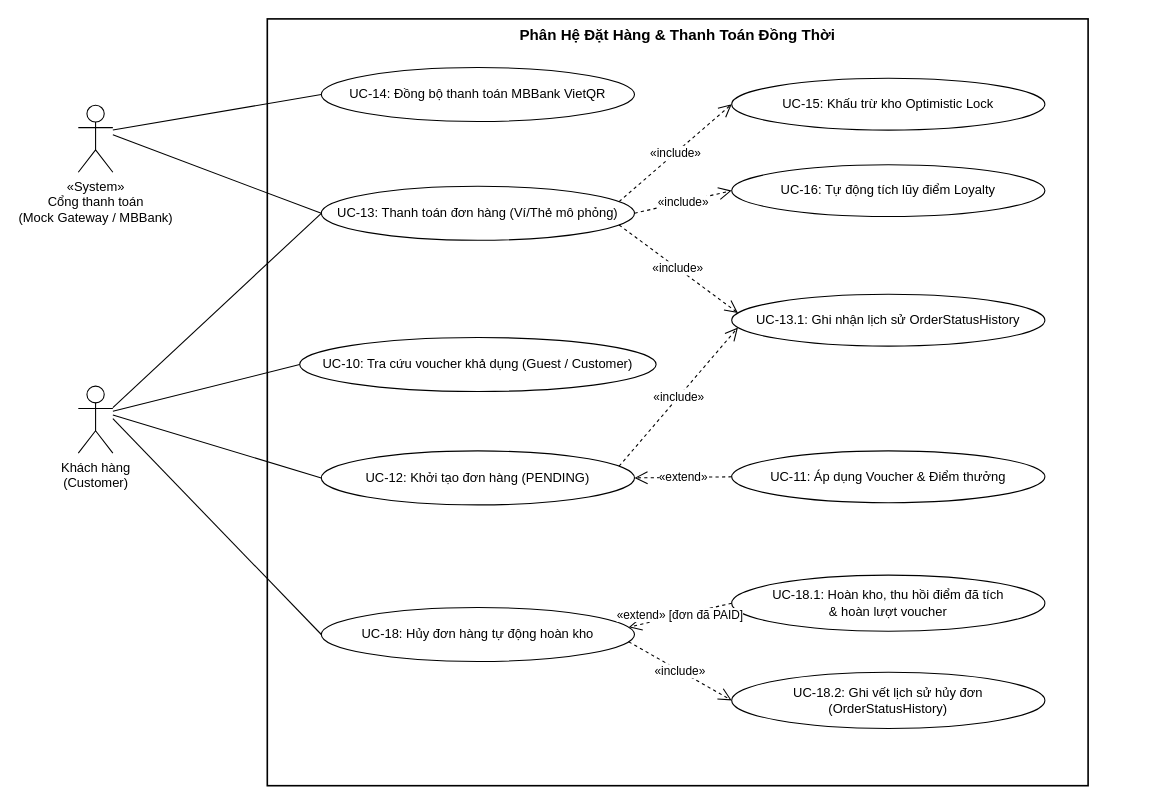
Before: docs/diagrams/usecases/03-subsystem-order-payment.drawio in hanhdevsgu/BrewLite-Assignment2, a draw.io diagram. Source tidied: cells renumbered, new cells numbered last; positions are measured from the earlier drawing's top-left corner, leaving out a move shared by most shapes. Both pictures are drawn from the tidied source at 108%, with x=0, y=0 at pixel (78, 18).
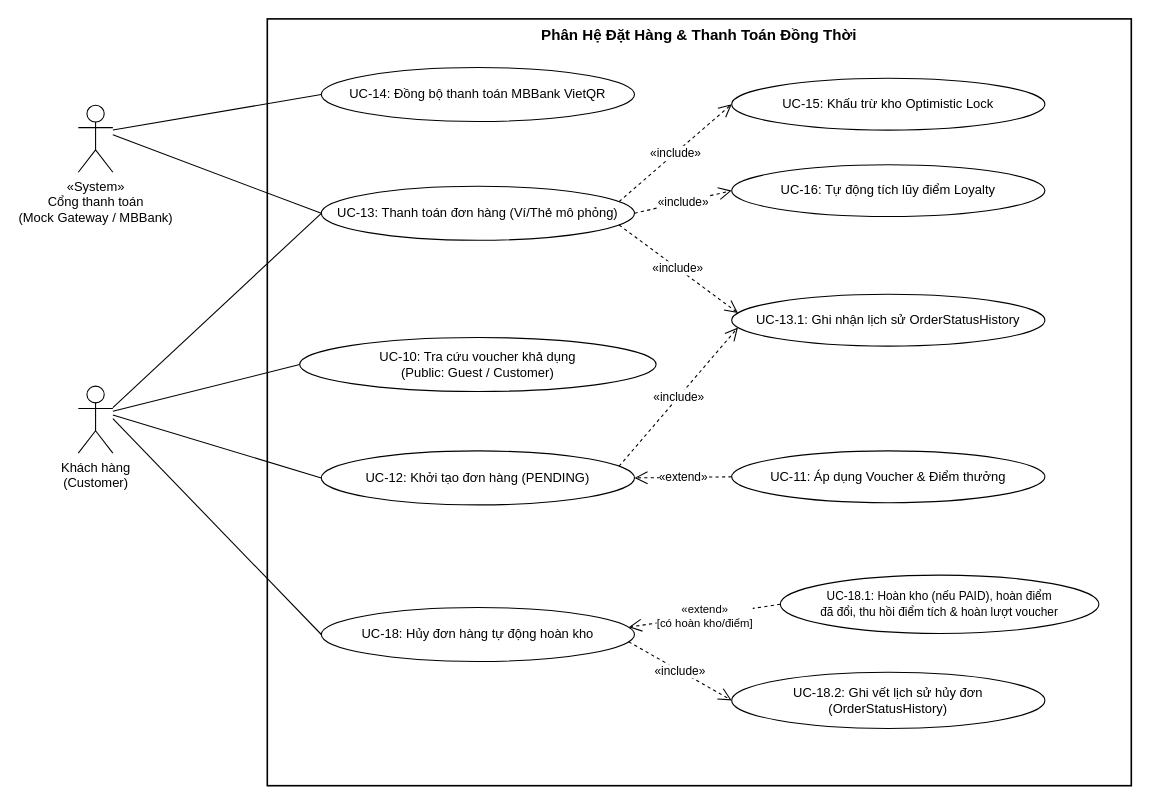
The same page after the edit.

Unchanged cells that the change refers to:
```xml
<mxCell id="9" value="UC-18: Hủy đơn hàng tự động hoàn kho" style="ellipse;whiteSpace=wrap;html=1;fillColor=#ffffff;strokeColor=#000000;fontSize=12;" parent="1" vertex="1">
  <mxGeometry x="225" y="545" width="290" height="50" as="geometry" />
</mxCell>
```

What changed in the source:
```diff
@@
     <mxCell id="2" value="Phân Hệ Đặt Hàng &amp; Thanh Toán Đồng Thời" style="rounded=0;whiteSpace=wrap;html=1;fillColor=none;strokeColor=#000000;strokeWidth=1.5;verticalAlign=top;fontStyle=1;fontSize=14;" parent="1" vertex="1">
-      <mxGeometry x="175" width="760" height="710" as="geometry" />
+      <mxGeometry x="175" width="800" height="710" as="geometry" />
     </mxCell>
@@
-    <mxCell id="7" value="UC-10: Tra cứu voucher khả dụng (Guest / Customer)" style="ellipse;whiteSpace=wrap;html=1;fillColor=#ffffff;strokeColor=#000000;fontSize=12;" parent="1" vertex="1">
+    <mxCell id="7" value="UC-10: Tra cứu voucher khả dụng&lt;br&gt;(Public: Guest / Customer)" style="ellipse;whiteSpace=wrap;html=1;fillColor=#ffffff;strokeColor=#000000;fontSize=12;" parent="1" vertex="1">
       <mxGeometry x="205" y="295" width="330" height="50" as="geometry" />
     </mxCell>
@@
-    <mxCell id="14" value="UC-18.1: Hoàn kho, thu hồi điểm đã tích&lt;br&gt;&amp;amp; hoàn lượt voucher" style="ellipse;whiteSpace=wrap;html=1;fillColor=#ffffff;strokeColor=#000000;fontSize=12;" parent="1" vertex="1">
-      <mxGeometry x="605" y="515" width="290" height="52" as="geometry" />
+    <mxCell id="14" value="UC-18.1: Hoàn kho (nếu PAID), hoàn điểm&lt;br&gt;đã đổi, thu hồi điểm tích &amp;amp; hoàn lượt voucher" style="ellipse;whiteSpace=wrap;html=1;fillColor=#ffffff;strokeColor=#000000;fontSize=11;" parent="1" vertex="1">
+      <mxGeometry x="650" y="515" width="295" height="54" as="geometry" />
     </mxCell>
@@
-    <mxCell id="27" value="«extend» [đơn đã PAID]" style="endArrow=open;endSize=10;dashed=1;html=1;strokeColor=#000000;fontSize=11;exitX=0;exitY=0.5;exitDx=0;exitDy=0;entryX=1;entryY=0.35;entryDx=0;entryDy=0;" parent="1" edge="1" source="14" target="9">
+    <mxCell id="27" value="«extend»&lt;br&gt;[có hoàn kho/điểm]" style="endArrow=open;endSize=10;dashed=1;html=1;strokeColor=#000000;fontSize=10.5;exitX=0;exitY=0.5;exitDx=0;exitDy=0;entryX=1;entryY=0.35;entryDx=0;entryDy=0;" parent="1" edge="1" source="14" target="9">
       <mxGeometry relative="1" as="geometry" />
     </mxCell>
```
